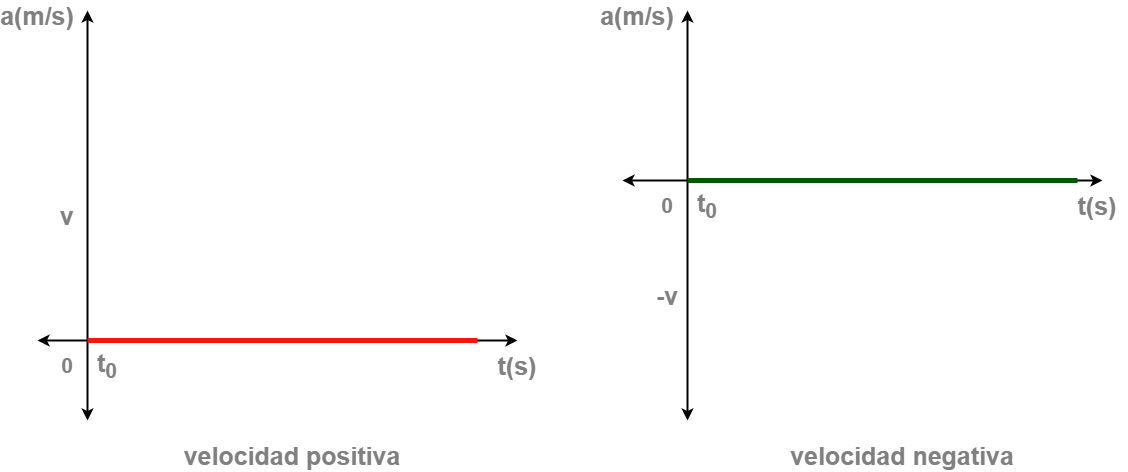
The draw.io diagram webComponents/IMG/gift/aceleracion.png in Aspg97/XRMRU, before a commit. Source tidied: cells renumbered, new cells last; positions are measured from the earlier drawing's top-left corner, leaving out a move shared by most shapes. Its diagram source:
```xml
<mxGraphModel>
  <root>
    <mxCell id="0" />
    <mxCell id="1" parent="0" />
    <mxCell id="2" style="endArrow=classic;startArrow=classic;html=1;rounded=0;strokeWidth=2;" parent="1" edge="1">
      <mxGeometry relative="1" as="geometry">
        <mxPoint x="80" y="420" as="sourcePoint" />
        <mxPoint x="80" y="10" as="targetPoint" />
      </mxGeometry>
    </mxCell>
    <mxCell id="3" style="endArrow=classic;startArrow=classic;html=1;rounded=0;strokeWidth=2;" parent="1" edge="1">
      <mxGeometry relative="1" as="geometry">
        <mxPoint x="30" y="340" as="sourcePoint" />
        <mxPoint x="510" y="340" as="targetPoint" />
      </mxGeometry>
    </mxCell>
    <mxCell id="4" style="endArrow=classic;startArrow=classic;html=1;rounded=0;strokeWidth=2;" parent="1" edge="1">
      <mxGeometry relative="1" as="geometry">
        <mxPoint x="680" y="420" as="sourcePoint" />
        <mxPoint x="680" y="10" as="targetPoint" />
      </mxGeometry>
    </mxCell>
    <mxCell id="5" style="endArrow=classic;startArrow=classic;html=1;rounded=0;strokeWidth=2;" parent="1" edge="1">
      <mxGeometry relative="1" as="geometry">
        <mxPoint x="615" y="180" as="sourcePoint" />
        <mxPoint x="1095" y="180" as="targetPoint" />
      </mxGeometry>
    </mxCell>
    <mxCell id="6" style="endArrow=none;html=1;rounded=0;strokeColor=#F5170F;strokeWidth=5;fillColor=#1ba1e2;" parent="1" edge="1">
      <mxGeometry relative="1" as="geometry">
        <mxPoint x="80" y="340" as="sourcePoint" />
        <mxPoint x="470" y="340" as="targetPoint" />
      </mxGeometry>
    </mxCell>
    <mxCell id="7" style="endArrow=none;html=1;rounded=0;strokeWidth=5;strokeColor=#005700;fillColor=#008a00;" parent="1" edge="1">
      <mxGeometry relative="1" as="geometry">
        <mxPoint x="680" y="180" as="sourcePoint" />
        <mxPoint x="1070" y="180" as="targetPoint" />
      </mxGeometry>
    </mxCell>
    <mxCell id="8" value="0" style="text;html=1;strokeColor=none;fillColor=none;align=center;verticalAlign=middle;whiteSpace=wrap;rounded=0;fontSize=21;fontColor=#808080;fontStyle=1;" parent="1" vertex="1">
      <mxGeometry x="30" y="350" width="60" height="30" as="geometry" />
    </mxCell>
    <mxCell id="9" value="v" style="text;html=1;strokeColor=none;fillColor=none;align=center;verticalAlign=middle;whiteSpace=wrap;rounded=0;fontSize=25;fontColor=#808080;fontStyle=1;" parent="1" vertex="1">
      <mxGeometry x="30" y="200" width="60" height="30" as="geometry" />
    </mxCell>
    <mxCell id="10" value="-v" style="text;html=1;strokeColor=none;fillColor=none;align=center;verticalAlign=middle;whiteSpace=wrap;rounded=0;fontSize=25;fontColor=#808080;fontStyle=1;" parent="1" vertex="1">
      <mxGeometry x="630" y="280" width="60" height="30" as="geometry" />
    </mxCell>
    <mxCell id="11" value="a(m/s)" style="text;html=1;strokeColor=none;fillColor=none;align=center;verticalAlign=middle;whiteSpace=wrap;rounded=0;fontSize=25;fontColor=#808080;fontStyle=1;" parent="1" vertex="1">
      <mxGeometry width="60" height="30" as="geometry" />
    </mxCell>
    <mxCell id="12" value="t(s)" style="text;html=1;strokeColor=none;fillColor=none;align=center;verticalAlign=middle;whiteSpace=wrap;rounded=0;fontSize=25;fontColor=#808080;fontStyle=1;" parent="1" vertex="1">
      <mxGeometry x="480" y="350" width="60" height="30" as="geometry" />
    </mxCell>
    <mxCell id="13" value="t(s)" style="text;html=1;strokeColor=none;fillColor=none;align=center;verticalAlign=middle;whiteSpace=wrap;rounded=0;fontSize=25;fontColor=#808080;fontStyle=1;" parent="1" vertex="1">
      <mxGeometry x="1060" y="190" width="60" height="30" as="geometry" />
    </mxCell>
    <mxCell id="14" value="a(m/s)" style="text;html=1;strokeColor=none;fillColor=none;align=center;verticalAlign=middle;whiteSpace=wrap;rounded=0;fontSize=25;fontColor=#808080;fontStyle=1;" parent="1" vertex="1">
      <mxGeometry x="600" width="60" height="30" as="geometry" />
    </mxCell>
    <mxCell id="15" value="0" style="text;html=1;strokeColor=none;fillColor=none;align=center;verticalAlign=middle;whiteSpace=wrap;rounded=0;fontSize=21;fontColor=#808080;fontStyle=1;" parent="1" vertex="1">
      <mxGeometry x="630" y="190" width="60" height="30" as="geometry" />
    </mxCell>
    <mxCell id="16" value="t&lt;sub&gt;0&lt;/sub&gt;" style="text;html=1;strokeColor=none;fillColor=none;align=center;verticalAlign=middle;whiteSpace=wrap;rounded=0;fontSize=25;fontColor=#808080;fontStyle=1;" parent="1" vertex="1">
      <mxGeometry x="70" y="350" width="60" height="30" as="geometry" />
    </mxCell>
    <mxCell id="17" value="t&lt;sub&gt;0&lt;/sub&gt;" style="text;html=1;strokeColor=none;fillColor=none;align=center;verticalAlign=middle;whiteSpace=wrap;rounded=0;fontSize=25;fontColor=#808080;fontStyle=1;" parent="1" vertex="1">
      <mxGeometry x="670" y="190" width="60" height="30" as="geometry" />
    </mxCell>
    <mxCell id="18" value="velocidad positiva" style="text;html=1;strokeColor=none;fillColor=none;align=center;verticalAlign=middle;whiteSpace=wrap;rounded=0;fontSize=25;fontColor=#808080;fontStyle=1;" parent="1" vertex="1">
      <mxGeometry x="170" y="440" width="230" height="30" as="geometry" />
    </mxCell>
    <mxCell id="19" value="velocidad negativa" style="text;html=1;strokeColor=none;fillColor=none;align=center;verticalAlign=middle;whiteSpace=wrap;rounded=0;fontSize=25;fontColor=#808080;fontStyle=1;" parent="1" vertex="1">
      <mxGeometry x="780" y="440" width="230" height="30" as="geometry" />
    </mxCell>
  </root>
</mxGraphModel>
```
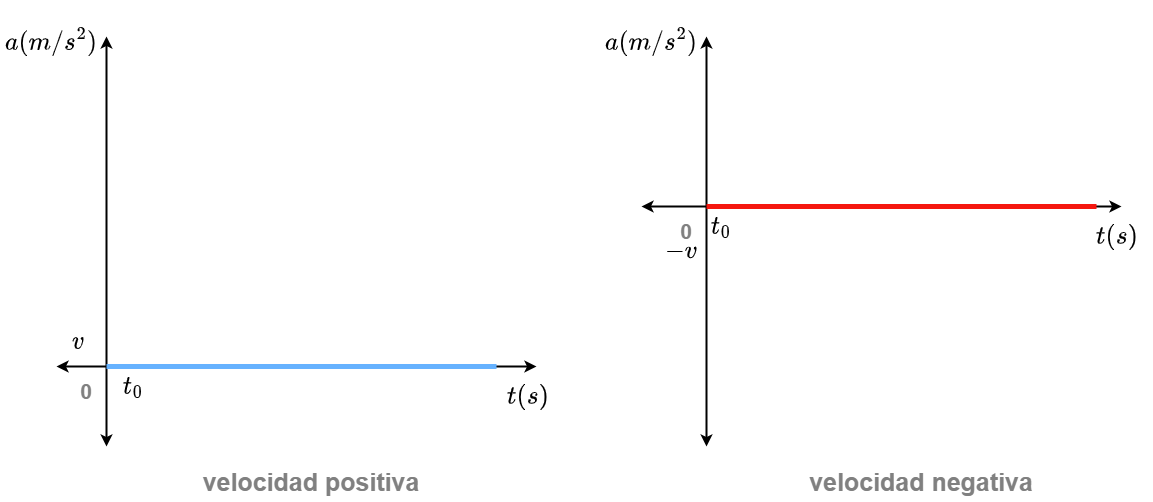
Above is the later version.

Change to the diagram source:
```diff
@@ -1,78 +1,78 @@
-<mxGraphModel>
+<mxGraphModel math="1">
   <root>
     <mxCell id="0" />
     <mxCell id="1" parent="0" />
-    <mxCell id="2" style="endArrow=classic;startArrow=classic;html=1;rounded=0;strokeWidth=2;" parent="1" edge="1">
-      <mxGeometry relative="1" as="geometry">
-        <mxPoint x="80" y="420" as="sourcePoint" />
-        <mxPoint x="80" y="10" as="targetPoint" />
-      </mxGeometry>
-    </mxCell>
-    <mxCell id="3" style="endArrow=classic;startArrow=classic;html=1;rounded=0;strokeWidth=2;" parent="1" edge="1">
-      <mxGeometry relative="1" as="geometry">
-        <mxPoint x="30" y="340" as="sourcePoint" />
-        <mxPoint x="510" y="340" as="targetPoint" />
-      </mxGeometry>
-    </mxCell>
-    <mxCell id="4" style="endArrow=classic;startArrow=classic;html=1;rounded=0;strokeWidth=2;" parent="1" edge="1">
-      <mxGeometry relative="1" as="geometry">
-        <mxPoint x="680" y="420" as="sourcePoint" />
-        <mxPoint x="680" y="10" as="targetPoint" />
-      </mxGeometry>
-    </mxCell>
-    <mxCell id="5" style="endArrow=classic;startArrow=classic;html=1;rounded=0;strokeWidth=2;" parent="1" edge="1">
-      <mxGeometry relative="1" as="geometry">
-        <mxPoint x="615" y="180" as="sourcePoint" />
-        <mxPoint x="1095" y="180" as="targetPoint" />
-      </mxGeometry>
-    </mxCell>
-    <mxCell id="6" style="endArrow=none;html=1;rounded=0;strokeColor=#F5170F;strokeWidth=5;fillColor=#1ba1e2;" parent="1" edge="1">
-      <mxGeometry relative="1" as="geometry">
-        <mxPoint x="80" y="340" as="sourcePoint" />
-        <mxPoint x="470" y="340" as="targetPoint" />
-      </mxGeometry>
-    </mxCell>
-    <mxCell id="7" style="endArrow=none;html=1;rounded=0;strokeWidth=5;strokeColor=#005700;fillColor=#008a00;" parent="1" edge="1">
-      <mxGeometry relative="1" as="geometry">
-        <mxPoint x="680" y="180" as="sourcePoint" />
-        <mxPoint x="1070" y="180" as="targetPoint" />
-      </mxGeometry>
-    </mxCell>
-    <mxCell id="8" value="0" style="text;html=1;strokeColor=none;fillColor=none;align=center;verticalAlign=middle;whiteSpace=wrap;rounded=0;fontSize=21;fontColor=#808080;fontStyle=1;" parent="1" vertex="1">
-      <mxGeometry x="30" y="350" width="60" height="30" as="geometry" />
-    </mxCell>
-    <mxCell id="9" value="v" style="text;html=1;strokeColor=none;fillColor=none;align=center;verticalAlign=middle;whiteSpace=wrap;rounded=0;fontSize=25;fontColor=#808080;fontStyle=1;" parent="1" vertex="1">
-      <mxGeometry x="30" y="200" width="60" height="30" as="geometry" />
-    </mxCell>
-    <mxCell id="10" value="-v" style="text;html=1;strokeColor=none;fillColor=none;align=center;verticalAlign=middle;whiteSpace=wrap;rounded=0;fontSize=25;fontColor=#808080;fontStyle=1;" parent="1" vertex="1">
-      <mxGeometry x="630" y="280" width="60" height="30" as="geometry" />
-    </mxCell>
-    <mxCell id="11" value="a(m/s)" style="text;html=1;strokeColor=none;fillColor=none;align=center;verticalAlign=middle;whiteSpace=wrap;rounded=0;fontSize=25;fontColor=#808080;fontStyle=1;" parent="1" vertex="1">
-      <mxGeometry width="60" height="30" as="geometry" />
-    </mxCell>
-    <mxCell id="12" value="t(s)" style="text;html=1;strokeColor=none;fillColor=none;align=center;verticalAlign=middle;whiteSpace=wrap;rounded=0;fontSize=25;fontColor=#808080;fontStyle=1;" parent="1" vertex="1">
-      <mxGeometry x="480" y="350" width="60" height="30" as="geometry" />
-    </mxCell>
-    <mxCell id="13" value="t(s)" style="text;html=1;strokeColor=none;fillColor=none;align=center;verticalAlign=middle;whiteSpace=wrap;rounded=0;fontSize=25;fontColor=#808080;fontStyle=1;" parent="1" vertex="1">
-      <mxGeometry x="1060" y="190" width="60" height="30" as="geometry" />
-    </mxCell>
-    <mxCell id="14" value="a(m/s)" style="text;html=1;strokeColor=none;fillColor=none;align=center;verticalAlign=middle;whiteSpace=wrap;rounded=0;fontSize=25;fontColor=#808080;fontStyle=1;" parent="1" vertex="1">
-      <mxGeometry x="600" width="60" height="30" as="geometry" />
-    </mxCell>
-    <mxCell id="15" value="0" style="text;html=1;strokeColor=none;fillColor=none;align=center;verticalAlign=middle;whiteSpace=wrap;rounded=0;fontSize=21;fontColor=#808080;fontStyle=1;" parent="1" vertex="1">
-      <mxGeometry x="630" y="190" width="60" height="30" as="geometry" />
-    </mxCell>
-    <mxCell id="16" value="t&lt;sub&gt;0&lt;/sub&gt;" style="text;html=1;strokeColor=none;fillColor=none;align=center;verticalAlign=middle;whiteSpace=wrap;rounded=0;fontSize=25;fontColor=#808080;fontStyle=1;" parent="1" vertex="1">
-      <mxGeometry x="70" y="350" width="60" height="30" as="geometry" />
-    </mxCell>
-    <mxCell id="17" value="t&lt;sub&gt;0&lt;/sub&gt;" style="text;html=1;strokeColor=none;fillColor=none;align=center;verticalAlign=middle;whiteSpace=wrap;rounded=0;fontSize=25;fontColor=#808080;fontStyle=1;" parent="1" vertex="1">
-      <mxGeometry x="670" y="190" width="60" height="30" as="geometry" />
-    </mxCell>
+    <mxCell id="20" style="endArrow=classic;startArrow=classic;html=1;rounded=0;strokeWidth=2;" parent="1" edge="1">
+      <mxGeometry relative="1" as="geometry">
+        <mxPoint x="80" y="420" as="sourcePoint" />
+        <mxPoint x="80" y="10" as="targetPoint" />
+      </mxGeometry>
+    </mxCell>
+    <mxCell id="21" style="endArrow=classic;startArrow=classic;html=1;rounded=0;strokeWidth=2;" parent="1" edge="1">
+      <mxGeometry relative="1" as="geometry">
+        <mxPoint x="30" y="340" as="sourcePoint" />
+        <mxPoint x="510" y="340" as="targetPoint" />
+      </mxGeometry>
+    </mxCell>
+    <mxCell id="22" style="endArrow=classic;startArrow=classic;html=1;rounded=0;strokeWidth=2;" parent="1" edge="1">
+      <mxGeometry relative="1" as="geometry">
+        <mxPoint x="680" y="420" as="sourcePoint" />
+        <mxPoint x="680" y="10" as="targetPoint" />
+      </mxGeometry>
+    </mxCell>
+    <mxCell id="23" style="endArrow=classic;startArrow=classic;html=1;rounded=0;strokeWidth=2;" parent="1" edge="1">
+      <mxGeometry relative="1" as="geometry">
+        <mxPoint x="615" y="180" as="sourcePoint" />
+        <mxPoint x="1095" y="180" as="targetPoint" />
+      </mxGeometry>
+    </mxCell>
+    <mxCell id="24" style="endArrow=none;html=1;rounded=0;strokeColor=#66B2FF;strokeWidth=5;fillColor=#1ba1e2;" parent="1" edge="1">
+      <mxGeometry relative="1" as="geometry">
+        <mxPoint x="80" y="340" as="sourcePoint" />
+        <mxPoint x="470" y="340" as="targetPoint" />
+      </mxGeometry>
+    </mxCell>
+    <mxCell id="25" style="endArrow=none;html=1;rounded=0;strokeWidth=5;strokeColor=#F5170F;fillColor=#008a00;" parent="1" edge="1">
+      <mxGeometry relative="1" as="geometry">
+        <mxPoint x="680" y="180" as="sourcePoint" />
+        <mxPoint x="1070" y="180" as="targetPoint" />
+      </mxGeometry>
+    </mxCell>
+    <mxCell id="26" value="0" style="text;html=1;strokeColor=none;fillColor=none;align=center;verticalAlign=middle;whiteSpace=wrap;rounded=0;fontSize=21;fontColor=#808080;fontStyle=1;" parent="1" vertex="1">
+      <mxGeometry x="30" y="350" width="60" height="30" as="geometry" />
+    </mxCell>
+    <mxCell id="27" value="0" style="text;html=1;strokeColor=none;fillColor=none;align=center;verticalAlign=middle;whiteSpace=wrap;rounded=0;fontSize=21;fontColor=#808080;fontStyle=1;" parent="1" vertex="1">
+      <mxGeometry x="630" y="190" width="60" height="30" as="geometry" />
+    </mxCell>
     <mxCell id="18" value="velocidad positiva" style="text;html=1;strokeColor=none;fillColor=none;align=center;verticalAlign=middle;whiteSpace=wrap;rounded=0;fontSize=25;fontColor=#808080;fontStyle=1;" parent="1" vertex="1">
       <mxGeometry x="170" y="440" width="230" height="30" as="geometry" />
     </mxCell>
     <mxCell id="19" value="velocidad negativa" style="text;html=1;strokeColor=none;fillColor=none;align=center;verticalAlign=middle;whiteSpace=wrap;rounded=0;fontSize=25;fontColor=#808080;fontStyle=1;" parent="1" vertex="1">
       <mxGeometry x="780" y="440" width="230" height="30" as="geometry" />
     </mxCell>
+    <mxCell id="28" value="$$t(s)$$" style="text;html=1;strokeColor=none;fillColor=none;align=center;verticalAlign=middle;whiteSpace=wrap;rounded=0;fontColor=#000000;fontStyle=1;fontSize=22;" parent="1" vertex="1">
+      <mxGeometry x="472.5" y="355" width="60" height="30" as="geometry" />
+    </mxCell>
+    <mxCell id="29" value="$$t_{0}$$" style="text;html=1;strokeColor=none;fillColor=none;align=center;verticalAlign=middle;whiteSpace=wrap;rounded=0;fontColor=#000000;fontStyle=1;fontSize=22;" parent="1" vertex="1">
+      <mxGeometry x="76.5" y="345" width="60" height="30" as="geometry" />
+    </mxCell>
+    <mxCell id="30" value="$$t(s)$$" style="text;html=1;strokeColor=none;fillColor=none;align=center;verticalAlign=middle;whiteSpace=wrap;rounded=0;fontColor=#000000;fontStyle=1;fontSize=22;" parent="1" vertex="1">
+      <mxGeometry x="1061" y="195" width="60" height="30" as="geometry" />
+    </mxCell>
+    <mxCell id="31" value="$$t_{0}$$" style="text;html=1;strokeColor=none;fillColor=none;align=center;verticalAlign=middle;whiteSpace=wrap;rounded=0;fontColor=#000000;fontStyle=1;fontSize=22;" parent="1" vertex="1">
+      <mxGeometry x="665" y="185" width="60" height="30" as="geometry" />
+    </mxCell>
+    <mxCell id="32" value="$$v$$" style="text;html=1;strokeColor=none;fillColor=none;align=center;verticalAlign=middle;whiteSpace=wrap;rounded=0;fontColor=#000000;fontStyle=1;fontSize=22;" parent="1" vertex="1">
+      <mxGeometry x="22" y="300" width="60" height="30" as="geometry" />
+    </mxCell>
+    <mxCell id="33" value="$$-v$$" style="text;html=1;strokeColor=none;fillColor=none;align=center;verticalAlign=middle;whiteSpace=wrap;rounded=0;fontColor=#000000;fontStyle=1;fontSize=22;" parent="1" vertex="1">
+      <mxGeometry x="625" y="210" width="60" height="30" as="geometry" />
+    </mxCell>
+    <mxCell id="34" value="$$a(m/s^2)$$" style="text;html=1;strokeColor=none;fillColor=none;align=center;verticalAlign=middle;whiteSpace=wrap;rounded=0;fontColor=#000000;fontStyle=1;fontSize=22;" parent="1" vertex="1">
+      <mxGeometry x="-5" width="60" height="30" as="geometry" />
+    </mxCell>
+    <mxCell id="35" value="$$a(m/s^2)$$" style="text;html=1;strokeColor=none;fillColor=none;align=center;verticalAlign=middle;whiteSpace=wrap;rounded=0;fontColor=#000000;fontStyle=1;fontSize=22;" parent="1" vertex="1">
+      <mxGeometry x="595" width="60" height="30" as="geometry" />
+    </mxCell>
   </root>
 </mxGraphModel>
```
